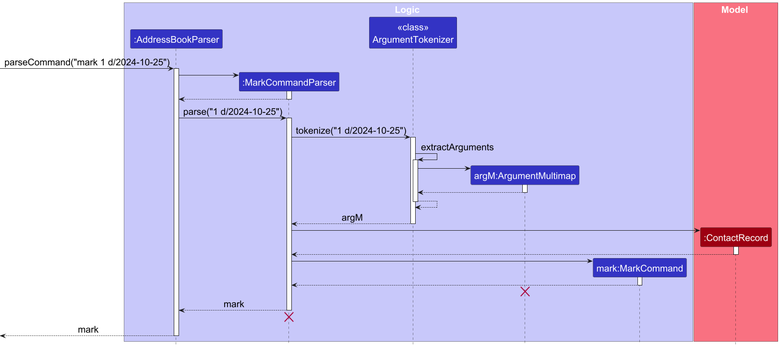
Before: docs/images/MarkSequenceDiagram.png, a diagram exported from PlantUML (nus-cs2103-AY2425S1/tp).
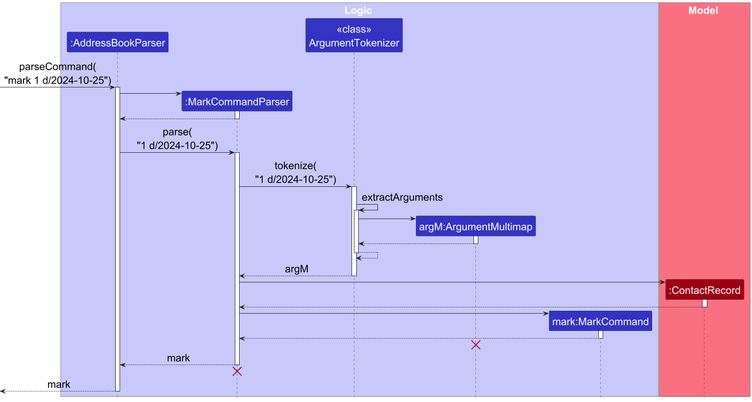
The same diagram one commit later.

What changed in the source:
```diff
@@ -2,7 +2,7 @@
 !include style.puml
 skinparam ArrowFontStyle plain
 skinparam dpi 300
-skinparam DefaultFontSize 20
+skinparam DefaultFontSize 23
 
 box Logic LOGIC_COLOR_T1
 participant ":AddressBookParser" as AddressBookParser LOGIC_COLOR
@@ -16,7 +16,7 @@
 participant ":ContactRecord" as ContactRecord MODEL_COLOR
 end box
 
-[-> AddressBookParser : parseCommand("mark 1 d/2024-10-25")
+[-> AddressBookParser : parseCommand(\n"mark 1 d/2024-10-25")
 activate AddressBookParser
 
 create MarkCommandParser
@@ -28,9 +28,9 @@
 MarkCommandParser --> AddressBookParser
 deactivate MarkCommandParser
 
-AddressBookParser -> MarkCommandParser : parse("1 d/2024-10-25")
+AddressBookParser -> MarkCommandParser : parse(\n"1 d/2024-10-25")
 activate MarkCommandParser
-MarkCommandParser -> ArgumentTokenizer : tokenize("1 d/2024-10-25")
+MarkCommandParser -> ArgumentTokenizer : tokenize(\n"1 d/2024-10-25")
 activate ArgumentTokenizer
 ArgumentTokenizer -> ArgumentTokenizer : extractArguments
 activate ArgumentTokenizer
```
